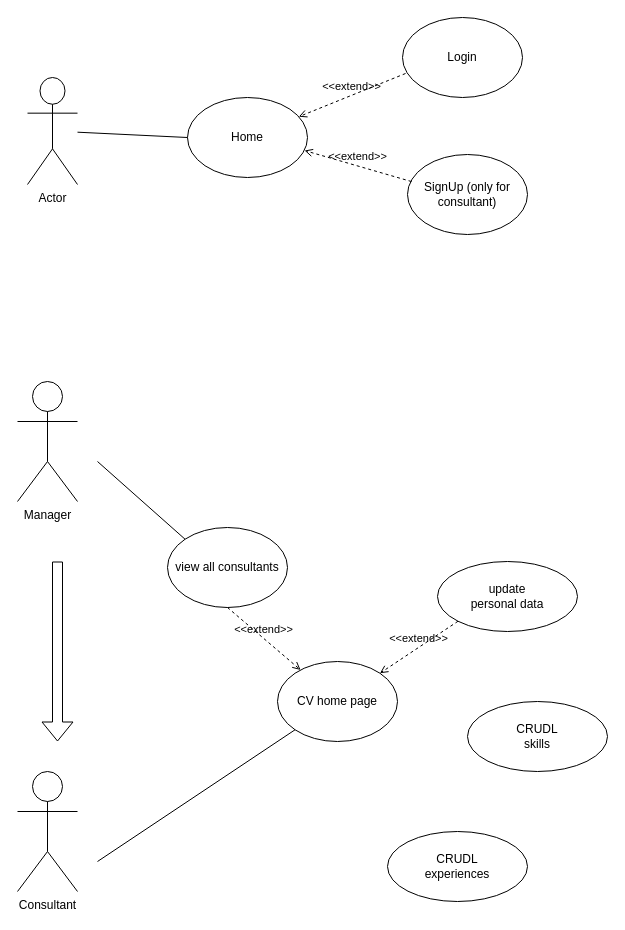
Earlier version of the draw.io diagram Diagrams/UseCases.drawio (magitcian/EPFC_Online-cv-management). Source tidied: cells renumbered, new cells numbered last; positions are measured from the earlier drawing's top-left corner, leaving out a move shared by most shapes. Both pictures are drawn from the tidied source at 100%, with x=0, y=0 at pixel (17, 17).
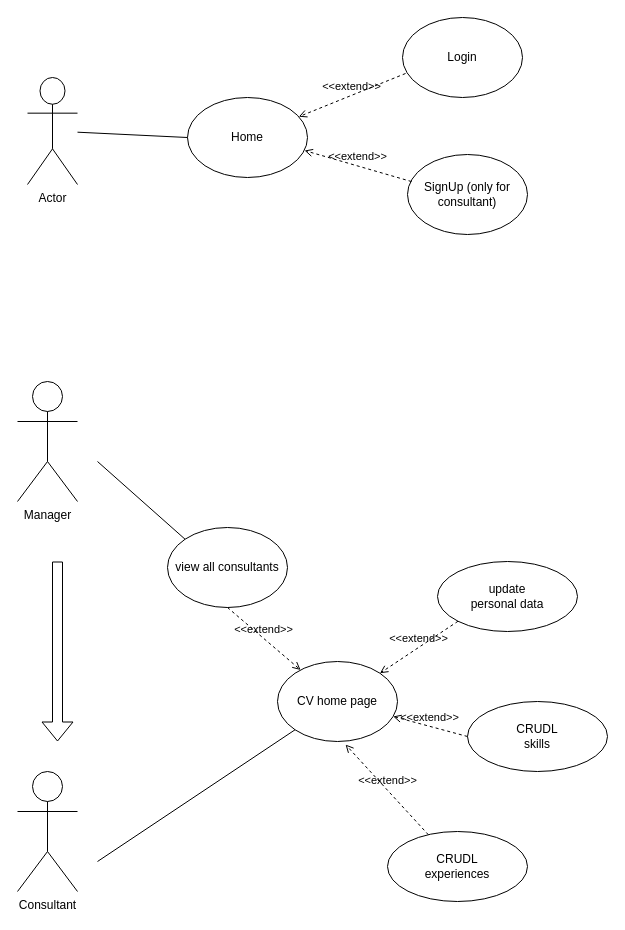
The same diagram, later.

Unchanged cells that the change refers to:
```xml
<mxCell id="7" value="CV home page" style="ellipse;whiteSpace=wrap;html=1;" parent="1" vertex="1">
  <mxGeometry x="260" y="644" width="120" height="80" as="geometry" />
</mxCell>
<mxCell id="19" value="&lt;div&gt;CRUDL&lt;/div&gt;&lt;div&gt; skills&lt;/div&gt;" style="ellipse;whiteSpace=wrap;html=1;" parent="1" vertex="1">
  <mxGeometry x="450" y="684" width="140" height="70" as="geometry" />
</mxCell>
<mxCell id="20" value="&lt;div&gt;CRUDL&lt;/div&gt;&lt;div&gt;experiences&lt;/div&gt;" style="ellipse;whiteSpace=wrap;html=1;" parent="1" vertex="1">
  <mxGeometry x="370" y="814" width="140" height="70" as="geometry" />
</mxCell>
```

Diff of the diagram source:
```diff
@@
+    <mxCell id="21" value="&amp;lt;&amp;lt;extend&amp;gt;&amp;gt;" style="html=1;verticalAlign=bottom;labelBackgroundColor=none;endArrow=open;endFill=0;dashed=1;rounded=0;exitX=0;exitY=0.5;exitDx=0;exitDy=0;" parent="1" edge="1" source="19" target="7">
+      <mxGeometry relative="1" as="geometry" />
+    </mxCell>
+    <mxCell id="22" value="&amp;lt;&amp;lt;extend&amp;gt;&amp;gt;" style="html=1;verticalAlign=bottom;labelBackgroundColor=none;endArrow=open;endFill=0;dashed=1;rounded=0;entryX=0.567;entryY=1.038;entryDx=0;entryDy=0;entryPerimeter=0;" parent="1" edge="1" source="20" target="7">
+      <mxGeometry relative="1" as="geometry" />
+    </mxCell>
```
